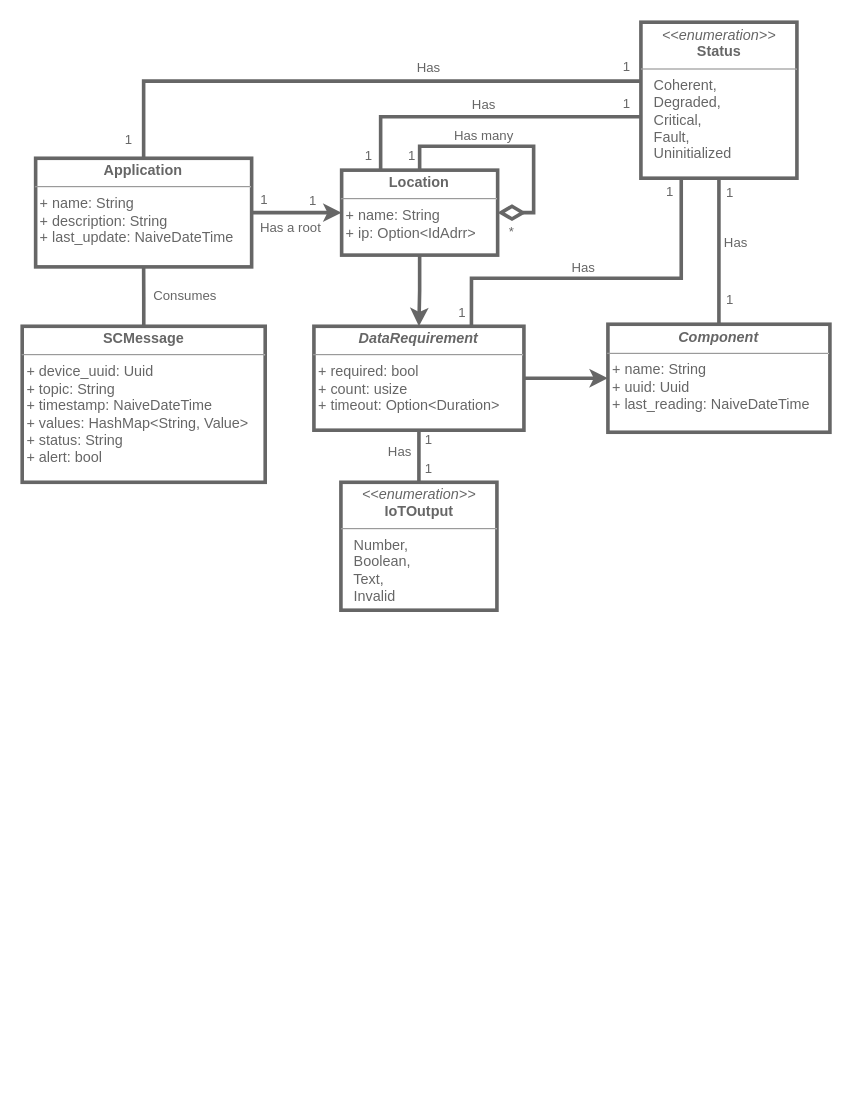
The draw.io diagram 3. Proyecto/metamodel/Metamodel B.drawio in MrDahaniel/StarDuck, before the edit. Source tidied: cells renumbered, new cells numbered last; positions are measured from the earlier drawing's top-left corner, leaving out a move shared by most shapes. Both pictures are drawn from the tidied source at 120%, with x=0, y=0 at pixel (22, 22).
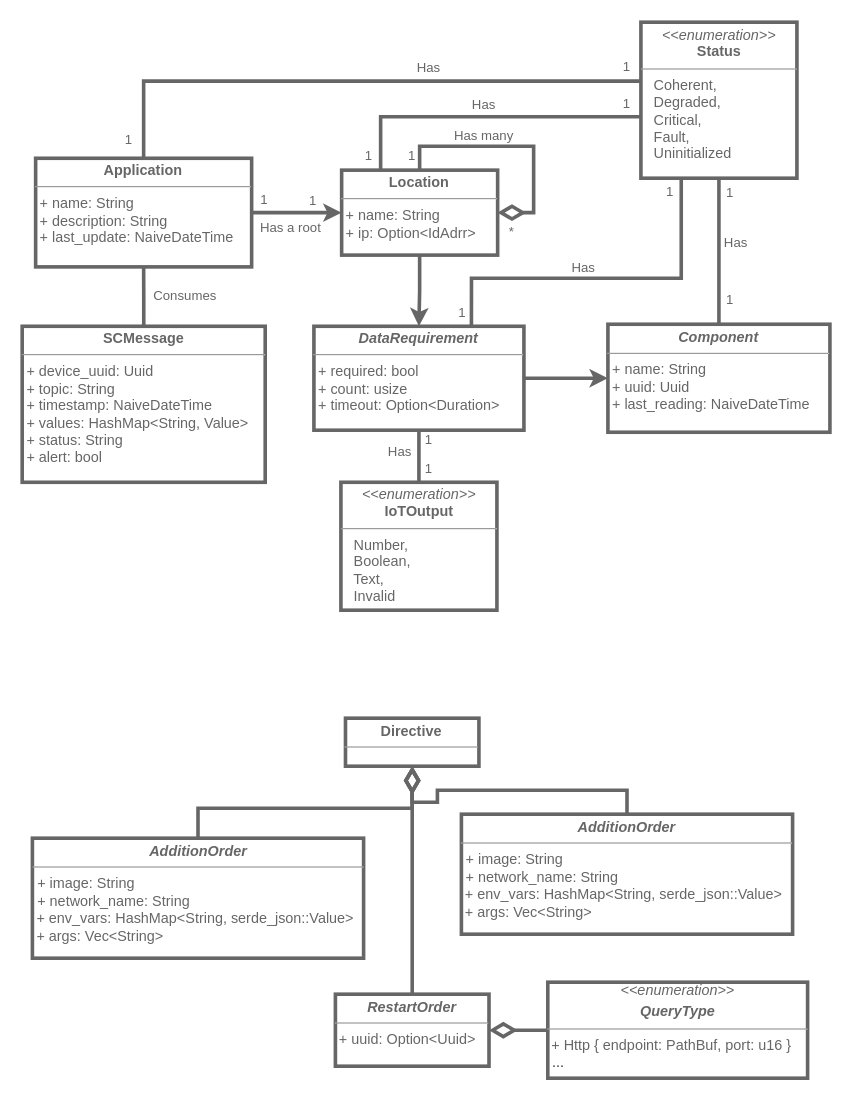
The same diagram, later.

Diff of the diagram source:
```diff
@@
+    <mxCell id="41" value="&lt;p style=&quot;margin:0px;margin-top:4px;text-align:center;&quot;&gt;&lt;font color=&quot;#666666&quot;&gt;&lt;b&gt;Directive&lt;/b&gt;&lt;/font&gt;&lt;/p&gt;&lt;hr size=&quot;1&quot;&gt;&lt;p style=&quot;margin:0px;margin-left:4px;&quot;&gt;&lt;br&gt;&lt;/p&gt;" style="verticalAlign=top;align=left;overflow=fill;fontSize=12;fontFamily=Helvetica;html=1;whiteSpace=wrap;strokeColor=#666666;fontColor=#333333;fillColor=#ffffff;labelBackgroundColor=none;strokeWidth=3;" parent="1" vertex="1">
+      <mxGeometry x="269.4" y="580" width="111.2" height="40" as="geometry" />
+    </mxCell>
+    <mxCell id="42" style="edgeStyle=orthogonalEdgeStyle;shape=connector;curved=0;rounded=0;jettySize=auto;html=1;exitX=0.5;exitY=0;exitDx=0;exitDy=0;labelBackgroundColor=default;strokeColor=#666666;strokeWidth=3;align=center;verticalAlign=middle;fontFamily=Helvetica;fontSize=11;fontColor=default;endArrow=diamondThin;endFill=0;startSize=10;endSize=15;" parent="1" edge="1" source="46" target="41">
+      <mxGeometry relative="1" as="geometry" />
+    </mxCell>
+    <mxCell id="43" style="edgeStyle=orthogonalEdgeStyle;shape=connector;curved=0;rounded=0;jettySize=auto;html=1;exitX=0.5;exitY=0;exitDx=0;exitDy=0;labelBackgroundColor=default;strokeColor=#666666;strokeWidth=3;align=center;verticalAlign=middle;fontFamily=Helvetica;fontSize=11;fontColor=default;endArrow=diamondThin;endFill=0;startSize=10;endSize=15;" parent="1" edge="1" source="44" target="41">
+      <mxGeometry relative="1" as="geometry" />
+    </mxCell>
+    <mxCell id="44" value="&lt;p style=&quot;margin:0px;margin-top:4px;text-align:center;&quot;&gt;&lt;font color=&quot;#666666&quot;&gt;&lt;b&gt;&lt;i&gt;RestartOrder&lt;/i&gt;&lt;/b&gt;&lt;/font&gt;&lt;br&gt;&lt;/p&gt;&lt;hr size=&quot;1&quot;&gt;&lt;p style=&quot;margin:0px;margin-left:4px;&quot;&gt;&lt;/p&gt;&lt;font color=&quot;#666666&quot;&gt;&amp;nbsp;+ uuid: Option&amp;lt;Uuid&amp;gt;&lt;/font&gt;&lt;p style=&quot;margin:0px;margin-left:4px;&quot;&gt;&lt;br&gt;&lt;/p&gt;&lt;p style=&quot;margin:0px;margin-left:4px;&quot;&gt;&lt;br&gt;&lt;/p&gt;" style="verticalAlign=top;align=left;overflow=fill;fontSize=12;fontFamily=Helvetica;html=1;whiteSpace=wrap;labelBackgroundColor=none;fillColor=#ffffff;fontColor=#333333;strokeColor=#666666;strokeWidth=3;" parent="1" vertex="1">
+      <mxGeometry x="261" y="810" width="128" height="60" as="geometry" />
+    </mxCell>
+    <mxCell id="45" style="edgeStyle=orthogonalEdgeStyle;shape=connector;curved=0;rounded=0;jettySize=auto;html=1;labelBackgroundColor=default;strokeColor=#666666;strokeWidth=3;align=center;verticalAlign=middle;fontFamily=Helvetica;fontSize=11;fontColor=default;endArrow=diamondThin;endFill=0;startSize=10;endSize=15;" parent="1" edge="1" source="47" target="41">
+      <mxGeometry relative="1" as="geometry" />
+    </mxCell>
+    <mxCell id="46" value="&lt;p style=&quot;margin:0px;margin-top:4px;text-align:center;&quot;&gt;&lt;b&gt;&lt;i&gt;&lt;font color=&quot;#666666&quot;&gt;AdditionOrder&lt;/font&gt;&lt;/i&gt;&lt;/b&gt;&lt;/p&gt;&lt;hr size=&quot;1&quot;&gt;&lt;p style=&quot;margin:0px;margin-left:4px;&quot;&gt;&lt;font color=&quot;#666666&quot;&gt;+ image: String&lt;/font&gt;&lt;/p&gt;&lt;p style=&quot;margin:0px;margin-left:4px;&quot;&gt;&lt;font color=&quot;#666666&quot;&gt;+ network_name: String&lt;/font&gt;&lt;/p&gt;&lt;p style=&quot;margin:0px;margin-left:4px;&quot;&gt;&lt;/p&gt;&lt;font color=&quot;#666666&quot;&gt;&amp;nbsp;+ env_vars: HashMap&amp;lt;String, serde_json::Value&amp;gt;&lt;/font&gt;&lt;p style=&quot;margin:0px;margin-left:4px;&quot;&gt;&lt;/p&gt;&lt;font color=&quot;#666666&quot;&gt;&amp;nbsp;+ args: Vec&amp;lt;String&amp;gt;&lt;/font&gt;&lt;p style=&quot;margin:0px;margin-left:4px;&quot;&gt;&lt;br&gt;&lt;/p&gt;" style="verticalAlign=top;align=left;overflow=fill;fontSize=12;fontFamily=Helvetica;html=1;whiteSpace=wrap;labelBackgroundColor=none;fillColor=#ffffff;fontColor=#333333;strokeColor=#666666;strokeWidth=3;" parent="1" vertex="1">
+      <mxGeometry x="8.5" y="680" width="276" height="100" as="geometry" />
+    </mxCell>
+    <mxCell id="47" value="&lt;p style=&quot;margin:0px;margin-top:4px;text-align:center;&quot;&gt;&lt;b&gt;&lt;i&gt;&lt;font color=&quot;#666666&quot;&gt;AdditionOrder&lt;/font&gt;&lt;/i&gt;&lt;/b&gt;&lt;/p&gt;&lt;hr size=&quot;1&quot;&gt;&lt;p style=&quot;margin:0px;margin-left:4px;&quot;&gt;&lt;font color=&quot;#666666&quot;&gt;+ image: String&lt;/font&gt;&lt;/p&gt;&lt;p style=&quot;margin:0px;margin-left:4px;&quot;&gt;&lt;font color=&quot;#666666&quot;&gt;+ network_name: String&lt;/font&gt;&lt;/p&gt;&lt;p style=&quot;margin:0px;margin-left:4px;&quot;&gt;&lt;/p&gt;&lt;font color=&quot;#666666&quot;&gt;&amp;nbsp;+ env_vars: HashMap&amp;lt;String, serde_json::Value&amp;gt;&lt;/font&gt;&lt;p style=&quot;margin:0px;margin-left:4px;&quot;&gt;&lt;/p&gt;&lt;font color=&quot;#666666&quot;&gt;&amp;nbsp;+ args: Vec&amp;lt;String&amp;gt;&lt;/font&gt;&lt;p style=&quot;margin:0px;margin-left:4px;&quot;&gt;&lt;br&gt;&lt;/p&gt;" style="verticalAlign=top;align=left;overflow=fill;fontSize=12;fontFamily=Helvetica;html=1;whiteSpace=wrap;labelBackgroundColor=none;fillColor=#ffffff;fontColor=#333333;strokeColor=#666666;strokeWidth=3;" parent="1" vertex="1">
+      <mxGeometry x="366" y="660" width="276" height="100" as="geometry" />
+    </mxCell>
+    <mxCell id="48" style="edgeStyle=orthogonalEdgeStyle;shape=connector;curved=0;rounded=0;jettySize=auto;html=1;exitX=0;exitY=0.5;exitDx=0;exitDy=0;labelBackgroundColor=default;strokeColor=#666666;strokeWidth=3;align=center;verticalAlign=middle;fontFamily=Helvetica;fontSize=11;fontColor=default;endArrow=diamondThin;endFill=0;startSize=10;endSize=15;" parent="1" edge="1" source="49" target="44">
+      <mxGeometry relative="1" as="geometry" />
+    </mxCell>
+    <mxCell id="49" value="&lt;i style=&quot;border-color: var(--border-color); color: rgb(102, 102, 102);&quot;&gt;&amp;lt;&amp;lt;enumeration&amp;gt;&amp;gt;&lt;/i&gt;&lt;br style=&quot;border-color: var(--border-color); color: rgb(102, 102, 102);&quot;&gt;&lt;p style=&quot;margin: 4px 0px 0px;&quot;&gt;&lt;font color=&quot;#666666&quot;&gt;&lt;b&gt;&lt;i&gt;QueryType&lt;/i&gt;&lt;/b&gt;&lt;/font&gt;&lt;br&gt;&lt;/p&gt;&lt;hr size=&quot;1&quot;&gt;&lt;p style=&quot;margin:0px;margin-left:4px;&quot;&gt;&lt;/p&gt;&lt;font color=&quot;#666666&quot;&gt;&lt;div style=&quot;text-align: left;&quot;&gt;&lt;span style=&quot;background-color: initial;&quot;&gt;&amp;nbsp;+&amp;nbsp;&lt;/span&gt;&lt;span style=&quot;background-color: initial;&quot;&gt;Http { endpoint: PathBuf, port: u16 }&lt;/span&gt;&lt;/div&gt;&lt;/font&gt;&lt;p style=&quot;text-align: left; margin: 0px 0px 0px 4px;&quot;&gt;...&lt;/p&gt;" style="verticalAlign=top;align=center;overflow=fill;fontSize=12;fontFamily=Helvetica;html=1;whiteSpace=wrap;labelBackgroundColor=none;fillColor=#ffffff;fontColor=#333333;strokeColor=#666666;strokeWidth=3;" parent="1" vertex="1">
+      <mxGeometry x="438" y="800" width="216.5" height="80" as="geometry" />
+    </mxCell>
```
